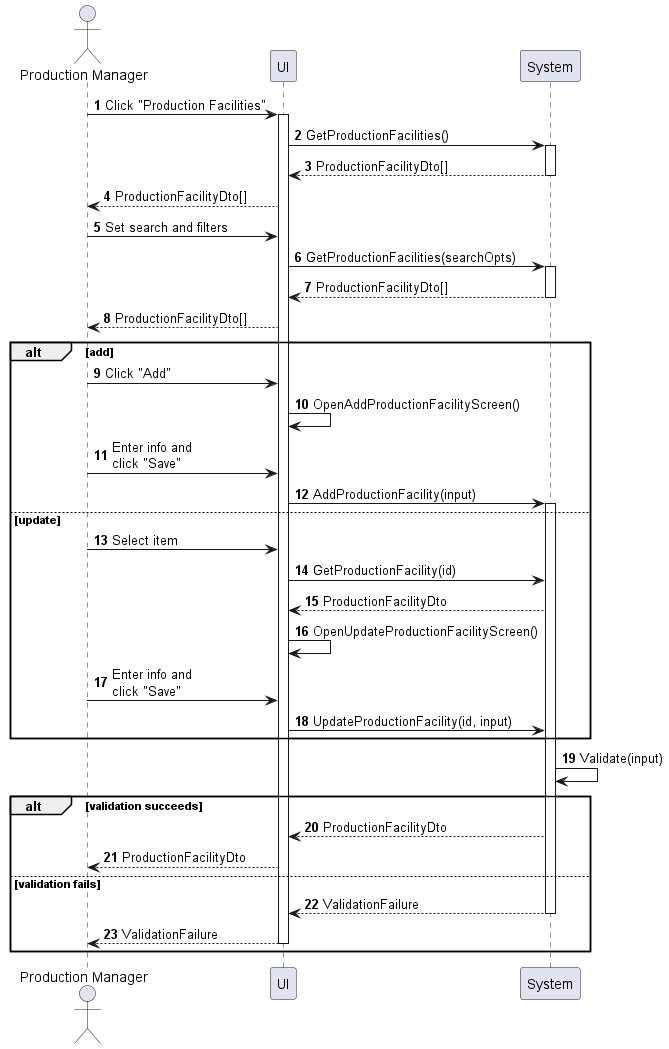
Before: sequences/production-facility-manage.png, a diagram exported from PlantUML (phihungha/scmss-reqs). Source of this version:
```plantuml
@startuml production-facility-manage
autonumber

actor "Production Manager" as a
participant UI as f
participant System as b

a -> f : Click "Production Facilities"
activate f
f -> b : GetProductionFacilities()
activate b
return ProductionFacilityDto[]
f --> a : ProductionFacilityDto[]
a -> f : Set search and filters
f -> b : GetProductionFacilities(searchOpts)
activate b
return ProductionFacilityDto[]
f --> a : ProductionFacilityDto[]

alt add
    a -> f : Click "Add"
    f -> f : OpenAddProductionFacilityScreen()
    a -> f : Enter info and\nclick "Save"
    f -> b : AddProductionFacility(input)
    activate b
else update
    a -> f : Select item
    f -> b : GetProductionFacility(id)
    b --> f : ProductionFacilityDto
    f -> f : OpenUpdateProductionFacilityScreen()
    a -> f : Enter info and\nclick "Save"
    f -> b : UpdateProductionFacility(id, input)
end

b -> b : Validate(input)

alt validation succeeds
    b --> f : ProductionFacilityDto
    f --> a : ProductionFacilityDto
else validation fails
    return ValidationFailure
    return ValidationFailure
end
@enduml
```
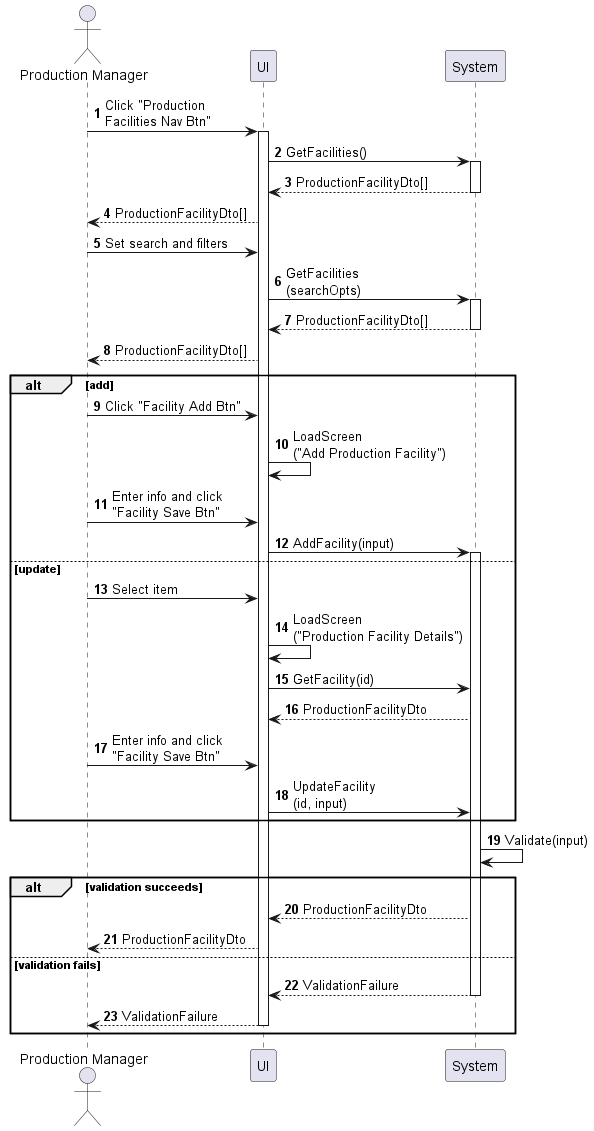
The same file after the commit.

What changed in the source:
```diff
@@ -5,31 +5,31 @@
 participant UI as f
 participant System as b
 
-a -> f : Click "Production Facilities"
+a -> f : Click "Production\nFacilities Nav Btn"
 activate f
-f -> b : GetProductionFacilities()
+f -> b : GetFacilities()
 activate b
 return ProductionFacilityDto[]
 f --> a : ProductionFacilityDto[]
 a -> f : Set search and filters
-f -> b : GetProductionFacilities(searchOpts)
+f -> b : GetFacilities\n(searchOpts)
 activate b
 return ProductionFacilityDto[]
 f --> a : ProductionFacilityDto[]
 
 alt add
-    a -> f : Click "Add"
-    f -> f : OpenAddProductionFacilityScreen()
-    a -> f : Enter info and\nclick "Save"
-    f -> b : AddProductionFacility(input)
+    a -> f : Click "Facility Add Btn"
+    f -> f : LoadScreen\n("Add Production Facility")
+    a -> f : Enter info and click\n"Facility Save Btn"
+    f -> b : AddFacility(input)
     activate b
 else update
     a -> f : Select item
-    f -> b : GetProductionFacility(id)
+    f -> f : LoadScreen\n("Production Facility Details")
+    f -> b : GetFacility(id)
     b --> f : ProductionFacilityDto
-    f -> f : OpenUpdateProductionFacilityScreen()
-    a -> f : Enter info and\nclick "Save"
-    f -> b : UpdateProductionFacility(id, input)
+    a -> f : Enter info and click\n"Facility Save Btn"
+    f -> b : UpdateFacility\n(id, input)
 end
 
 b -> b : Validate(input)
```
